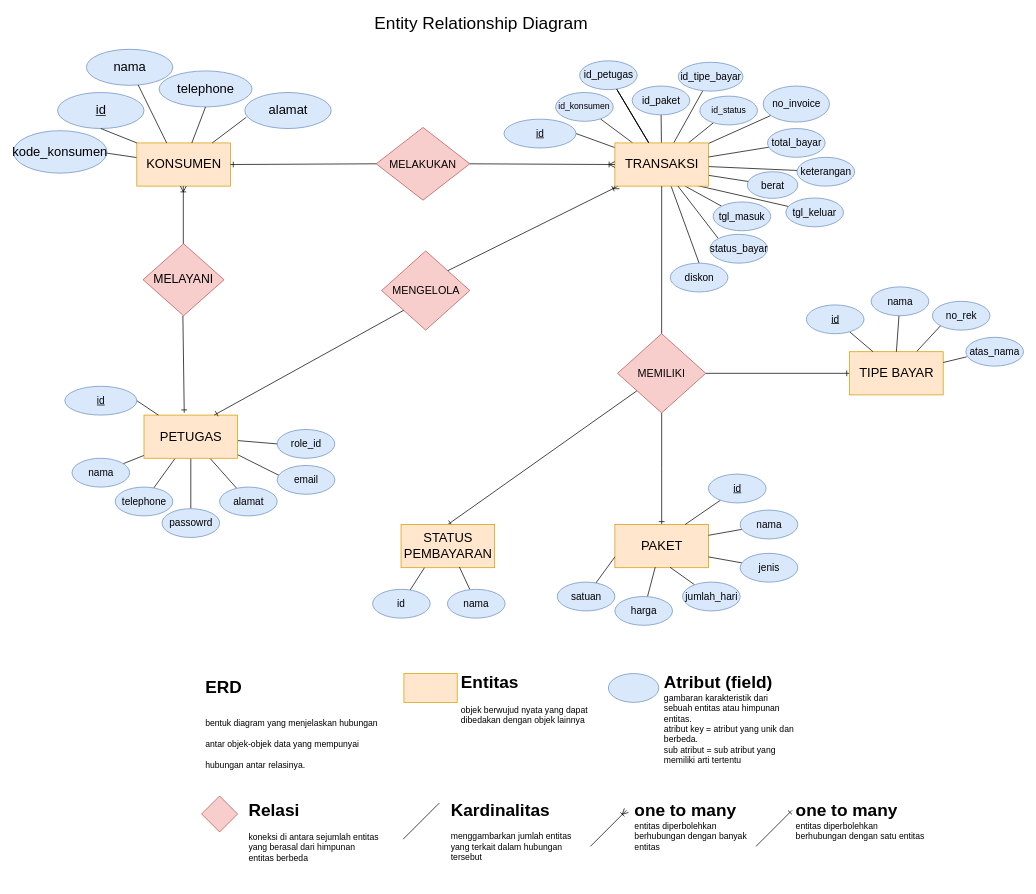
Earlier version of the draw.io diagram page "ERD" (1 of 6) of Desain Ujikom.drawio (alditasptnsr/ujikom_aldita). Source tidied: cells renumbered, new cells numbered last; positions are measured from the earlier drawing's top-left corner, leaving out a move shared by most shapes. Both pictures are drawn from the tidied source at 72%, with x=0, y=0 at pixel (13, 12).
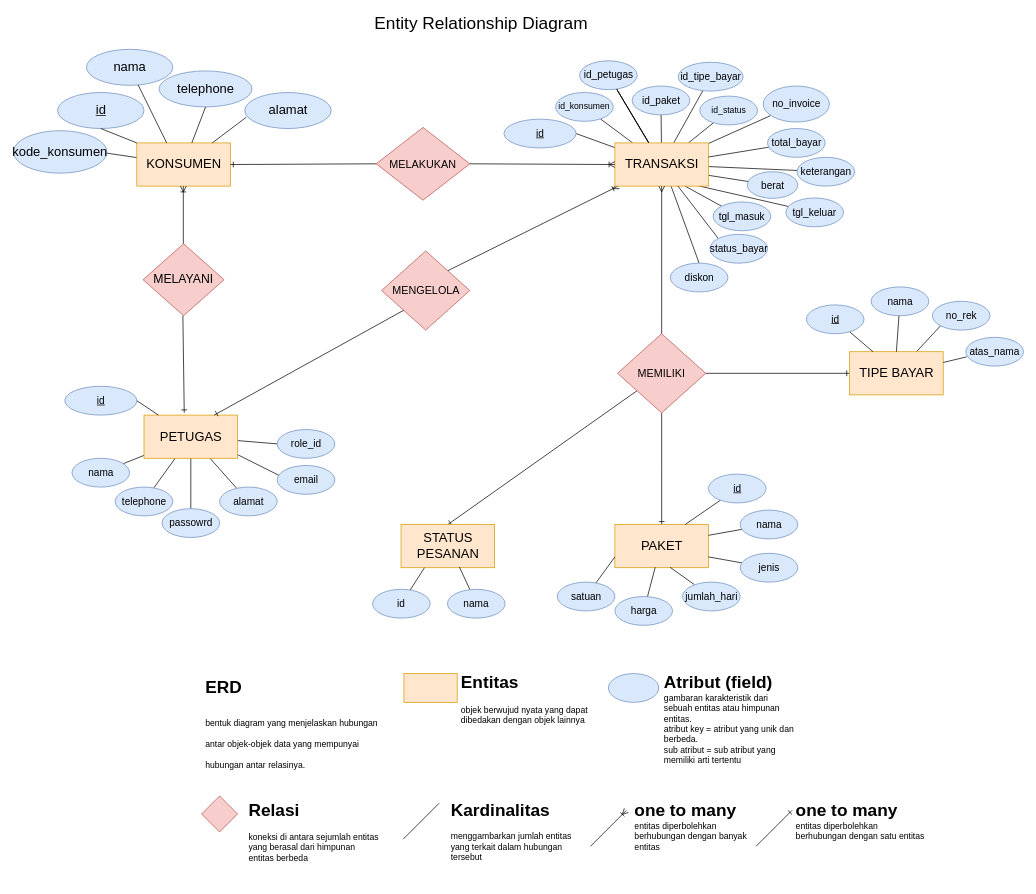
Above is the later version.

Unchanged cells that the change refers to:
```xml
<mxCell id="25" value="&lt;font style=&quot;font-size: 18px;&quot;&gt;TRANSAKSI&lt;/font&gt;" style="whiteSpace=wrap;html=1;align=center;fillColor=#ffe6cc;strokeColor=#d79b00;" parent="1" vertex="1">
  <mxGeometry x="835.5" y="181" width="130" height="60" as="geometry" />
</mxCell>
<mxCell id="79" value="&lt;font style=&quot;font-size: 15px;&quot;&gt;MEMILIKI&lt;/font&gt;" style="rhombus;whiteSpace=wrap;html=1;fillColor=#f8cecc;strokeColor=#b85450;" parent="1" vertex="1">
  <mxGeometry x="839.2" y="446" width="122.5" height="110" as="geometry" />
</mxCell>
```

What changed in the source:
```diff
@@
-    <mxCell id="75" style="rounded=0;jettySize=auto;html=1;entryX=0.5;entryY=1;entryDx=0;entryDy=0;endArrow=none;endFill=0;" parent="1" edge="1" source="79" target="25">
+    <mxCell id="75" style="rounded=0;jettySize=auto;html=1;entryX=0.5;entryY=1;entryDx=0;entryDy=0;endArrow=ERmany;endFill=0;" parent="1" edge="1" source="79" target="25">
       <mxGeometry relative="1" as="geometry" />
     </mxCell>
@@
-    <mxCell id="83" value="&lt;font style=&quot;font-size: 18px;&quot;&gt;STATUS PEMBAYARAN&lt;/font&gt;" style="whiteSpace=wrap;html=1;align=center;fillColor=#ffe6cc;strokeColor=#d79b00;" parent="1" vertex="1">
+    <mxCell id="83" value="&lt;font style=&quot;font-size: 18px;&quot;&gt;STATUS&lt;br&gt;PESANAN&lt;br&gt;&lt;/font&gt;" style="whiteSpace=wrap;html=1;align=center;fillColor=#ffe6cc;strokeColor=#d79b00;" parent="1" vertex="1">
       <mxGeometry x="538.5" y="711" width="130" height="60" as="geometry" />
     </mxCell>
```
